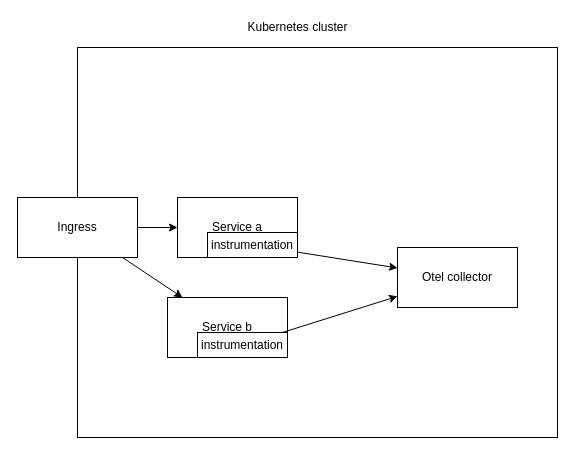
Above: sketches/Q4-tracing/deployment.drawio in nponsard/rapport-polycode-s7 (draw.io), before the change. Source tidied: cells renumbered, new cells numbered last; positions are measured from the earlier drawing's top-left corner, leaving out a move shared by most shapes. Both pictures are drawn from the tidied source at 100%, with x=0, y=0 at pixel (17, 17).
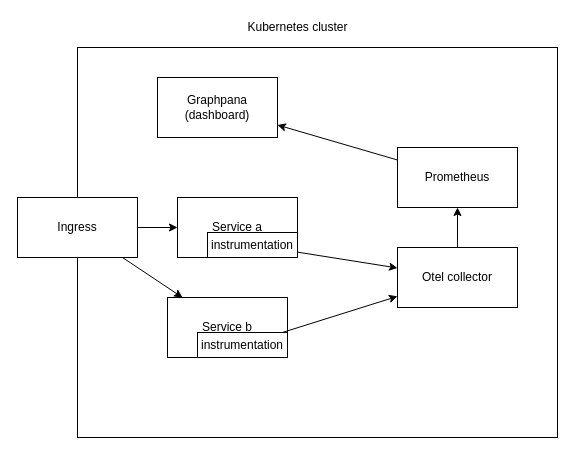
The same page after the edit.

The edit, as a diff of the source:
```diff
@@
 <mxGraphModel>
   <root>
     <mxCell id="0" />
     <mxCell id="1" parent="0" />
     <mxCell id="2" style="rounded=0;whiteSpace=wrap;html=1;" parent="1" vertex="1">
       <mxGeometry x="60" y="30" width="480" height="390" as="geometry" />
     </mxCell>
     <mxCell id="3" value="Kubernetes cluster" style="text;html=1;align=center;verticalAlign=middle;strokeColor=none;fillColor=none;" parent="1" vertex="1">
       <mxGeometry x="220" width="120" height="20" as="geometry" />
     </mxCell>
     <mxCell id="4" style="edgeStyle=none;html=1;" parent="1" edge="1" source="6" target="8">
       <mxGeometry relative="1" as="geometry" />
     </mxCell>
     <mxCell id="5" style="edgeStyle=none;html=1;" parent="1" edge="1" source="6" target="7">
       <mxGeometry relative="1" as="geometry" />
     </mxCell>
     <mxCell id="6" value="Ingress" style="rounded=0;whiteSpace=wrap;html=1;" parent="1" vertex="1">
       <mxGeometry y="180" width="120" height="60" as="geometry" />
     </mxCell>
     <mxCell id="7" value="Service b" style="rounded=0;whiteSpace=wrap;html=1;" parent="1" vertex="1">
       <mxGeometry x="150" y="280" width="120" height="60" as="geometry" />
     </mxCell>
     <mxCell id="8" value="Service a" style="rounded=0;whiteSpace=wrap;html=1;" parent="1" vertex="1">
       <mxGeometry x="160" y="180" width="120" height="60" as="geometry" />
     </mxCell>
+    <mxCell id="14" style="edgeStyle=none;html=1;" parent="1" edge="1" source="9" target="16">
+      <mxGeometry relative="1" as="geometry" />
+    </mxCell>
     <mxCell id="9" value="Otel collector" style="rounded=0;whiteSpace=wrap;html=1;" parent="1" vertex="1">
       <mxGeometry x="380" y="230" width="120" height="60" as="geometry" />
     </mxCell>
     <mxCell id="10" style="edgeStyle=none;html=1;" parent="1" edge="1" source="11" target="9">
       <mxGeometry relative="1" as="geometry" />
     </mxCell>
     <mxCell id="11" value="instrumentation" style="rounded=0;whiteSpace=wrap;html=1;" parent="1" vertex="1">
       <mxGeometry x="190" y="215" width="90" height="25" as="geometry" />
     </mxCell>
     <mxCell id="12" style="edgeStyle=none;html=1;" parent="1" edge="1" source="13" target="9">
       <mxGeometry relative="1" as="geometry" />
     </mxCell>
     <mxCell id="13" value="instrumentation" style="rounded=0;whiteSpace=wrap;html=1;" parent="1" vertex="1">
       <mxGeometry x="180" y="315" width="90" height="25" as="geometry" />
     </mxCell>
+    <mxCell id="15" style="edgeStyle=none;html=1;" parent="1" edge="1" source="16" target="17">
+      <mxGeometry relative="1" as="geometry" />
+    </mxCell>
+    <mxCell id="16" value="Prometheus" style="rounded=0;whiteSpace=wrap;html=1;" parent="1" vertex="1">
+      <mxGeometry x="380" y="130" width="120" height="60" as="geometry" />
+    </mxCell>
+    <mxCell id="17" value="Graphpana (dashboard)" style="rounded=0;whiteSpace=wrap;html=1;" parent="1" vertex="1">
+      <mxGeometry x="140" y="60" width="120" height="60" as="geometry" />
+    </mxCell>
   </root>
 </mxGraphModel>
```
